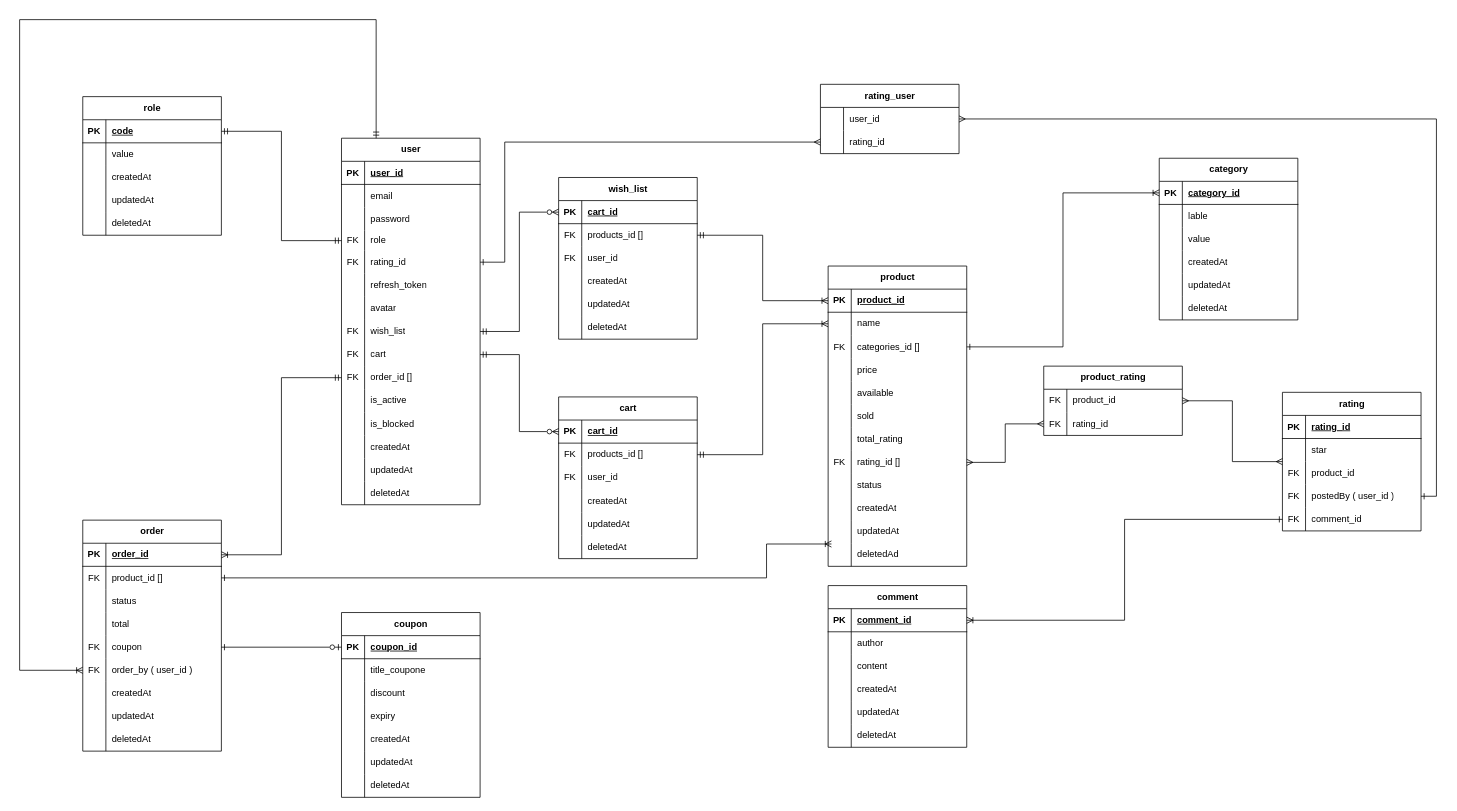
The draw.io diagram e-commerce.drawio in DuongThang0702/diagram, before the edit. Source tidied: cells renumbered, new cells numbered last; positions are measured from the earlier drawing's top-left corner, leaving out a move shared by most shapes. Both pictures are drawn from the tidied source at 77%, with x=0, y=0 at pixel (19, 19).
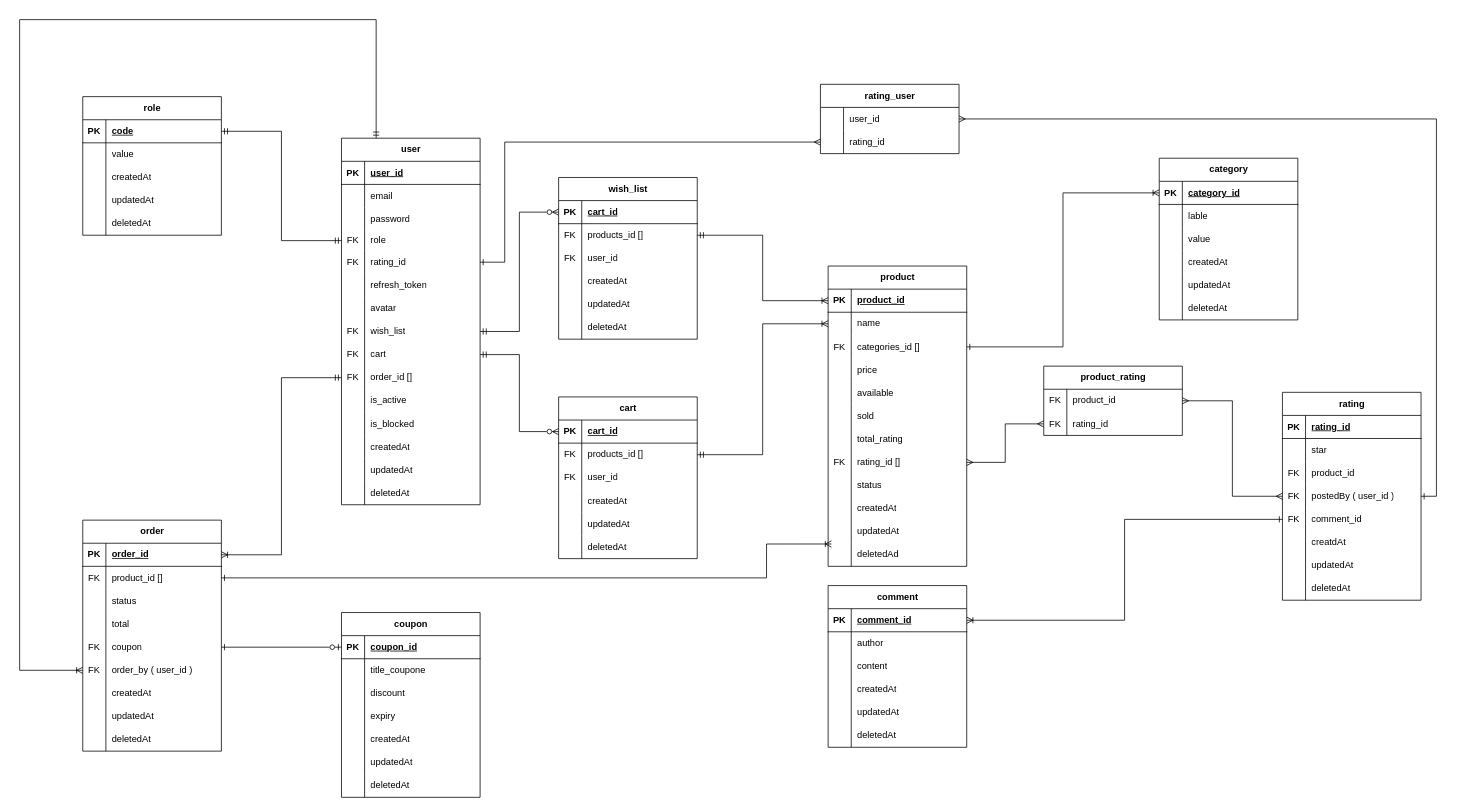
The same page after the edit.

What changed in the source:
```diff
@@
     <mxCell id="210" value="rating" style="shape=table;startSize=30;childLayout=tableLayout;rowLines=0;fontStyle=1;align=center;html=1;" parent="1" vertex="1">
-      <mxGeometry x="1640" y="484" width="180" height="180" as="geometry" />
+      <mxGeometry x="1640" y="484" width="180" height="270" as="geometry" />
     </mxCell>
@@
+    <mxCell id="272" style="shape=tableRow;horizontal=0;startSize=0;swimlaneHead=0;swimlaneBody=0;fillColor=none;top=0;left=0;right=0;bottom=0;" parent="210" vertex="1">
+      <mxGeometry y="180" width="180" height="30" as="geometry" />
+    </mxCell>
+    <mxCell id="273" style="shape=partialRectangle;fillColor=none;top=0;left=0;bottom=0;right=0;overflow=hidden;whiteSpace=wrap;html=1;" parent="272" vertex="1">
+      <mxGeometry width="30" height="30" as="geometry" />
+    </mxCell>
+    <mxCell id="274" value="creatdAt" style="shape=partialRectangle;fillColor=none;top=0;left=0;bottom=0;right=0;align=left;spacingLeft=6;overflow=hidden;whiteSpace=wrap;html=1;" parent="272" vertex="1">
+      <mxGeometry x="30" width="150" height="30" as="geometry" />
+    </mxCell>
+    <mxCell id="275" style="shape=tableRow;horizontal=0;startSize=0;swimlaneHead=0;swimlaneBody=0;fillColor=none;top=0;left=0;right=0;bottom=0;" parent="210" vertex="1">
+      <mxGeometry y="210" width="180" height="30" as="geometry" />
+    </mxCell>
+    <mxCell id="276" style="shape=partialRectangle;fillColor=none;top=0;left=0;bottom=0;right=0;overflow=hidden;whiteSpace=wrap;html=1;" parent="275" vertex="1">
+      <mxGeometry width="30" height="30" as="geometry" />
+    </mxCell>
+    <mxCell id="277" value="updatedAt" style="shape=partialRectangle;fillColor=none;top=0;left=0;bottom=0;right=0;align=left;spacingLeft=6;overflow=hidden;whiteSpace=wrap;html=1;" parent="275" vertex="1">
+      <mxGeometry x="30" width="150" height="30" as="geometry" />
+    </mxCell>
+    <mxCell id="278" style="shape=tableRow;horizontal=0;startSize=0;swimlaneHead=0;swimlaneBody=0;fillColor=none;top=0;left=0;right=0;bottom=0;" parent="210" vertex="1">
+      <mxGeometry y="240" width="180" height="30" as="geometry" />
+    </mxCell>
+    <mxCell id="279" style="shape=partialRectangle;fillColor=none;top=0;left=0;bottom=0;right=0;overflow=hidden;whiteSpace=wrap;html=1;" parent="278" vertex="1">
+      <mxGeometry width="30" height="30" as="geometry" />
+    </mxCell>
+    <mxCell id="280" value="deletedAt" style="shape=partialRectangle;fillColor=none;top=0;left=0;bottom=0;right=0;align=left;spacingLeft=6;overflow=hidden;whiteSpace=wrap;html=1;" parent="278" vertex="1">
+      <mxGeometry x="30" width="150" height="30" as="geometry" />
+    </mxCell>
```
